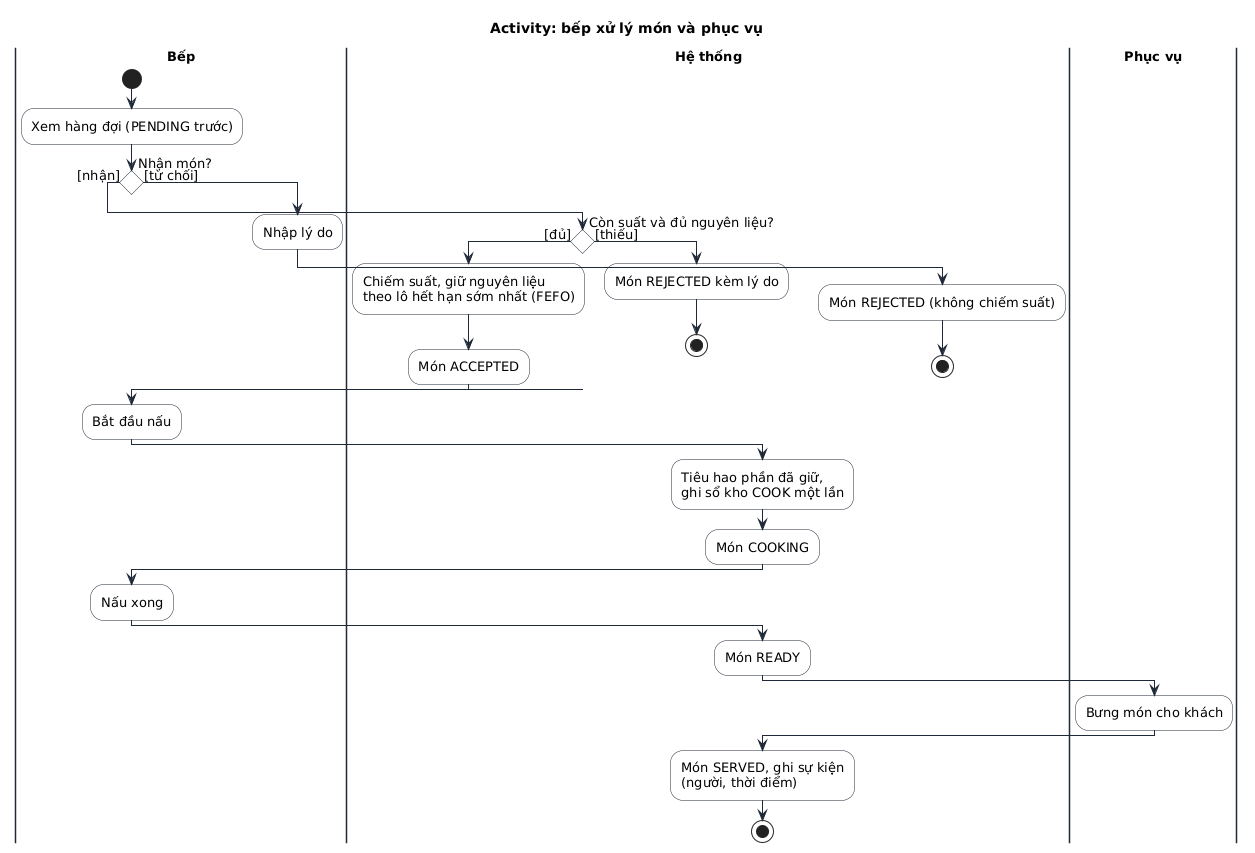
Above: docs/bao-cao-ltnc/uml/act-che-bien.png in Anpham120/restaurant-management-system (PlantUML), before the change.
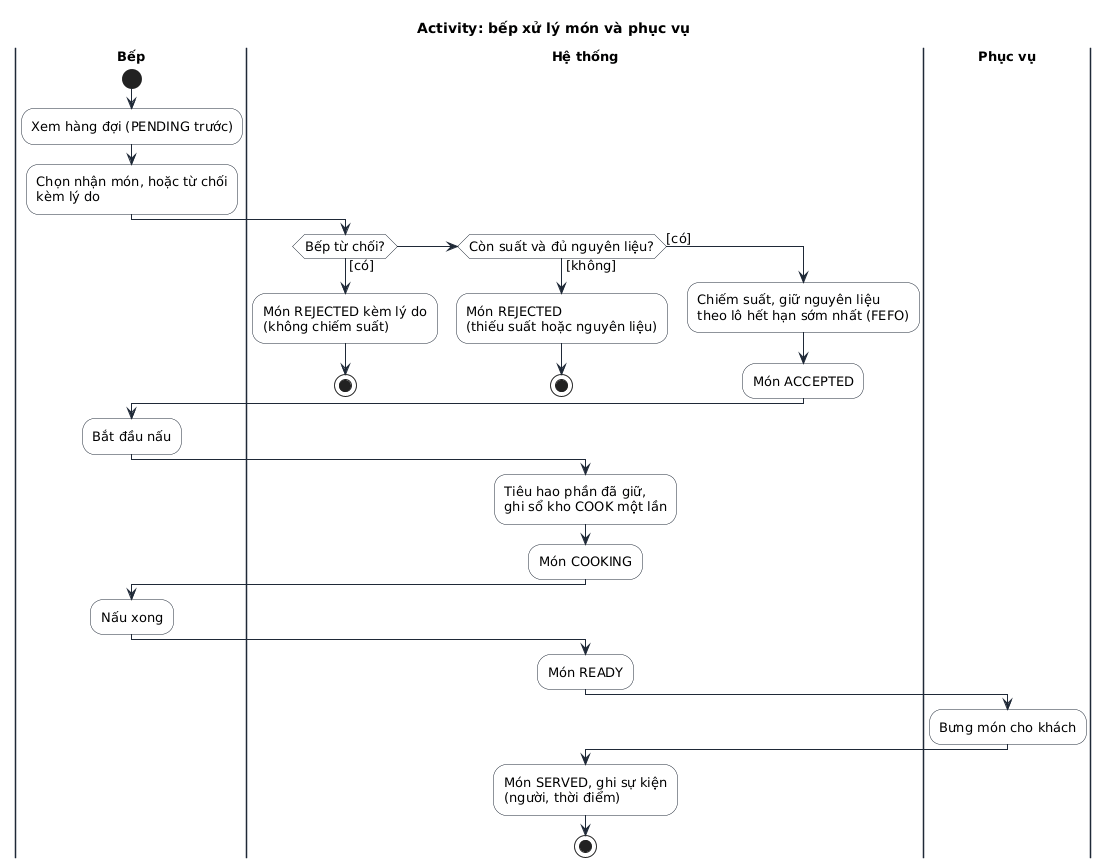
After the commit.

The edit, as a diff of the source:
```diff
@@ -6,21 +6,17 @@
 |Bếp|
 start
 :Xem hàng đợi (PENDING trước);
-if (Nhận món?) then ([nhận])
-  |Hệ thống|
-  if (Còn suất và đủ nguyên liệu?) then ([đủ])
-    :Chiếm suất, giữ nguyên liệu\ntheo lô hết hạn sớm nhất (FEFO);
-    :Món ACCEPTED;
-  else ([thiếu])
-    :Món REJECTED kèm lý do;
-    stop
-  endif
-else ([từ chối])
-  |Bếp|
-  :Nhập lý do;
-  |Hệ thống|
-  :Món REJECTED (không chiếm suất);
+:Chọn nhận món, hoặc từ chối\nkèm lý do;
+|Hệ thống|
+if (Bếp từ chối?) then ([có])
+  :Món REJECTED kèm lý do\n(không chiếm suất);
   stop
+elseif (Còn suất và đủ nguyên liệu?) then ([không])
+  :Món REJECTED\n(thiếu suất hoặc nguyên liệu);
+  stop
+else ([có])
+  :Chiếm suất, giữ nguyên liệu\ntheo lô hết hạn sớm nhất (FEFO);
+  :Món ACCEPTED;
 endif
 |Bếp|
 :Bắt đầu nấu;
```
